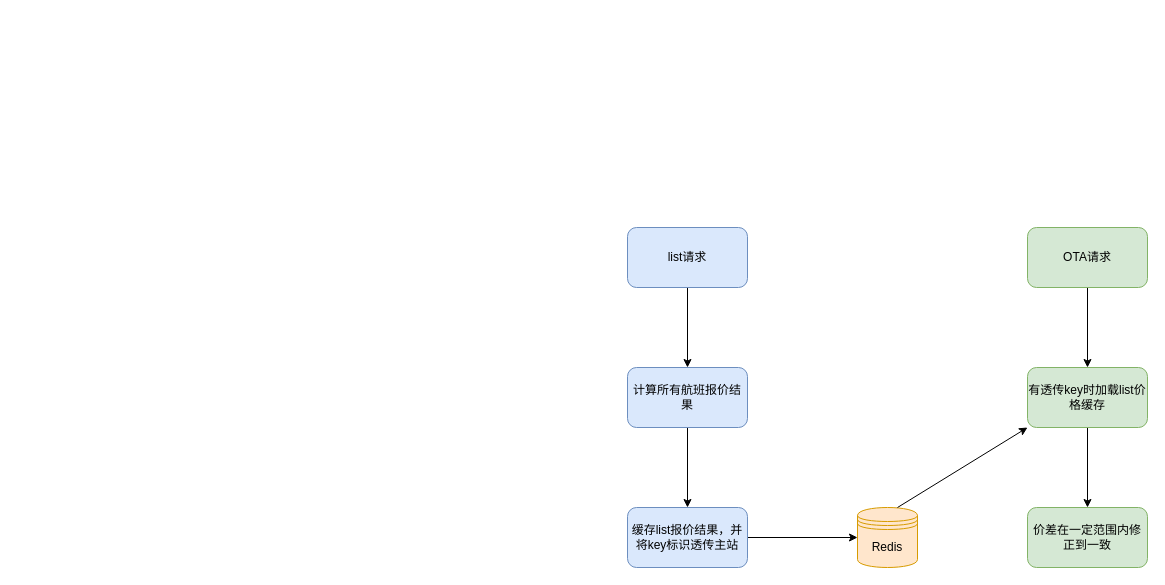
The draw.io diagram sc.drawio in cy22-y/qunar, before the edit. Source tidied: cells renumbered, new cells numbered last; positions are measured from the earlier drawing's top-left corner, leaving out a move shared by most shapes. Both pictures are drawn from the tidied source at 100%, with x=0, y=0 at pixel (627, 227).
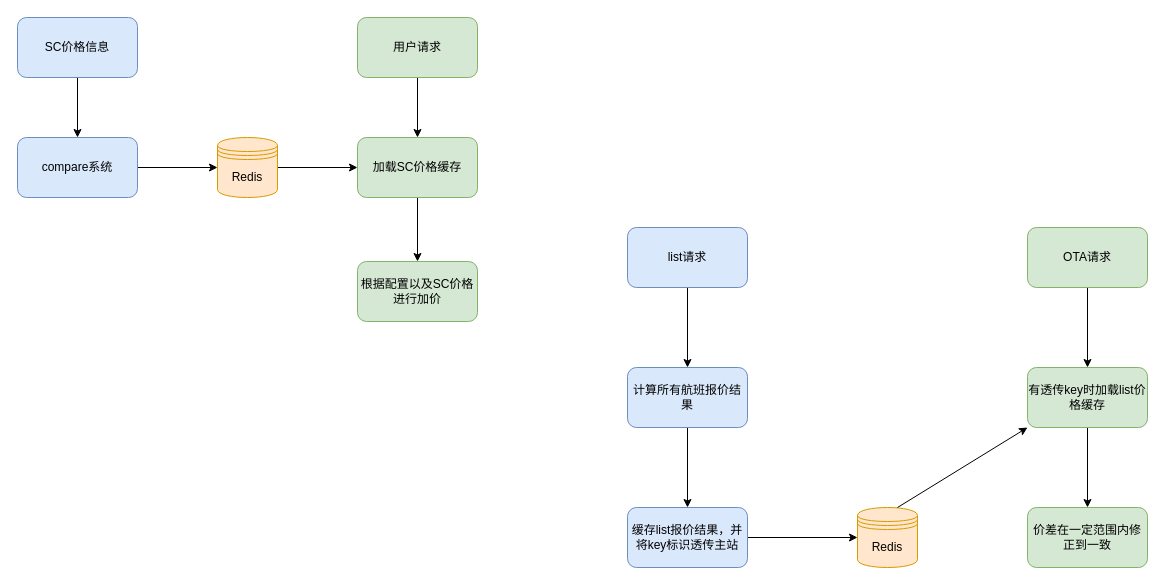
The same diagram, later.

Diff of the diagram source:
```diff
@@
+    <mxCell id="15" style="edgeStyle=orthogonalEdgeStyle;rounded=0;jettySize=auto;html=1;" parent="1" edge="1" source="16" target="20">
+      <mxGeometry relative="1" as="geometry" />
+    </mxCell>
+    <mxCell id="16" value="compare系统" style="rounded=1;whiteSpace=wrap;html=1;fillColor=#dae8fc;strokeColor=#6c8ebf;" parent="1" vertex="1">
+      <mxGeometry x="-610" y="-90" width="120" height="60" as="geometry" />
+    </mxCell>
+    <mxCell id="17" style="edgeStyle=orthogonalEdgeStyle;rounded=0;jettySize=auto;html=1;" parent="1" edge="1" source="18" target="16">
+      <mxGeometry relative="1" as="geometry" />
+    </mxCell>
+    <mxCell id="18" value="SC价格信息" style="rounded=1;whiteSpace=wrap;html=1;fillColor=#dae8fc;strokeColor=#6c8ebf;" parent="1" vertex="1">
+      <mxGeometry x="-610" y="-210" width="120" height="60" as="geometry" />
+    </mxCell>
+    <mxCell id="19" style="edgeStyle=orthogonalEdgeStyle;rounded=0;jettySize=auto;html=1;" parent="1" edge="1" source="20" target="24">
+      <mxGeometry relative="1" as="geometry" />
+    </mxCell>
+    <mxCell id="20" value="Redis" style="shape=datastore;whiteSpace=wrap;html=1;fillColor=#ffe6cc;strokeColor=#d79b00;" parent="1" vertex="1">
+      <mxGeometry x="-410" y="-90" width="60" height="60" as="geometry" />
+    </mxCell>
+    <mxCell id="21" style="edgeStyle=orthogonalEdgeStyle;rounded=0;jettySize=auto;html=1;" parent="1" edge="1" source="22" target="24">
+      <mxGeometry relative="1" as="geometry" />
+    </mxCell>
+    <mxCell id="22" value="用户请求" style="rounded=1;whiteSpace=wrap;html=1;fillColor=#d5e8d4;strokeColor=#82b366;" parent="1" vertex="1">
+      <mxGeometry x="-270" y="-210" width="120" height="60" as="geometry" />
+    </mxCell>
+    <mxCell id="23" style="edgeStyle=orthogonalEdgeStyle;rounded=0;jettySize=auto;html=1;" parent="1" edge="1" source="24" target="25">
+      <mxGeometry relative="1" as="geometry" />
+    </mxCell>
+    <mxCell id="24" value="加载SC价格缓存" style="rounded=1;whiteSpace=wrap;html=1;fillColor=#d5e8d4;strokeColor=#82b366;" parent="1" vertex="1">
+      <mxGeometry x="-270" y="-90" width="120" height="60" as="geometry" />
+    </mxCell>
+    <mxCell id="25" value="根据配置以及SC价格进行加价" style="rounded=1;whiteSpace=wrap;html=1;fillColor=#d5e8d4;strokeColor=#82b366;" parent="1" vertex="1">
+      <mxGeometry x="-270" y="34" width="120" height="60" as="geometry" />
+    </mxCell>
```
